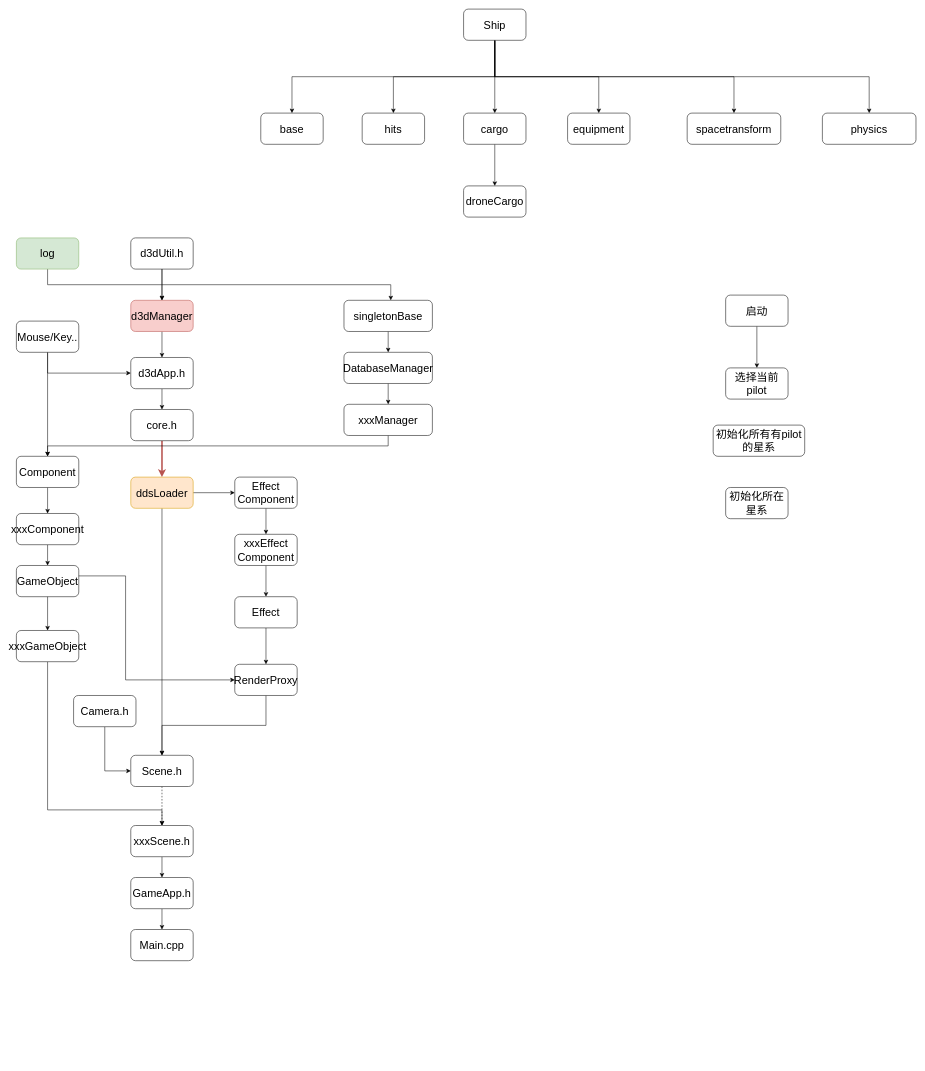
Above: 依赖图咪.drawio in morphotherain/GrassRootAI (draw.io), before the change. Source tidied: cells renumbered, new cells numbered last; positions are measured from the earlier drawing's top-left corner, leaving out a move shared by most shapes. Both pictures are drawn from the tidied source at 52%, with x=0, y=0 at pixel (16, 9).
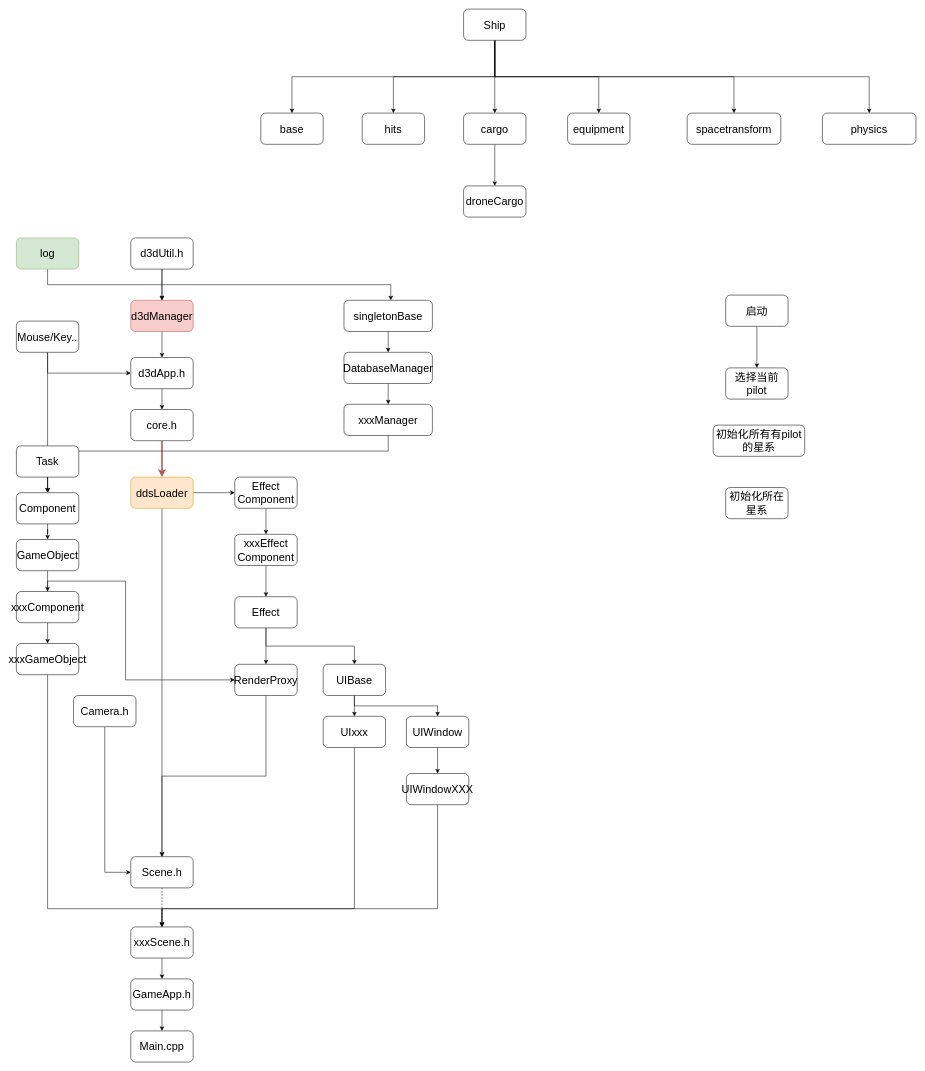
The same page after the edit.

The change refers to these unchanged cells:
```xml
<mxCell id="40" value="&lt;span style=&quot;font-size: 21px&quot;&gt;xxxManager&lt;/span&gt;" style="rounded=1;whiteSpace=wrap;html=1;" parent="1" vertex="1">
  <mxGeometry x="630" y="760" width="170" height="60" as="geometry" />
</mxCell>
<mxCell id="42" value="&lt;font style=&quot;font-size: 21px&quot;&gt;Effect&lt;br&gt;&lt;/font&gt;" style="rounded=1;whiteSpace=wrap;html=1;" parent="1" vertex="1">
  <mxGeometry x="420" y="1130" width="120" height="60" as="geometry" />
</mxCell>
<mxCell id="44" value="&lt;font style=&quot;font-size: 21px&quot;&gt;RenderProxy&lt;br&gt;&lt;/font&gt;" style="rounded=1;whiteSpace=wrap;html=1;" parent="1" vertex="1">
  <mxGeometry x="420" y="1260" width="120" height="60" as="geometry" />
</mxCell>
```

The edit, as a diff of the source:
```diff
@@
     <mxCell id="2" value="&lt;font style=&quot;font-size: 21px&quot;&gt;Main.cpp&lt;/font&gt;" style="rounded=1;whiteSpace=wrap;html=1;" parent="1" vertex="1">
-      <mxGeometry x="220" y="1770" width="120" height="60" as="geometry" />
+      <mxGeometry x="220" y="1965" width="120" height="60" as="geometry" />
     </mxCell>
@@
     <mxCell id="4" value="&lt;font style=&quot;font-size: 21px&quot;&gt;GameApp.h&lt;br&gt;&lt;/font&gt;" style="rounded=1;whiteSpace=wrap;html=1;" parent="1" vertex="1">
-      <mxGeometry x="220" y="1670" width="120" height="60" as="geometry" />
+      <mxGeometry x="220" y="1865" width="120" height="60" as="geometry" />
     </mxCell>
@@
     <mxCell id="10" value="&lt;font style=&quot;font-size: 21px&quot;&gt;Scene.h&lt;br&gt;&lt;/font&gt;" style="rounded=1;whiteSpace=wrap;html=1;" parent="1" vertex="1">
-      <mxGeometry x="220" y="1435" width="120" height="60" as="geometry" />
+      <mxGeometry x="220" y="1630" width="120" height="60" as="geometry" />
     </mxCell>
@@
     <mxCell id="14" value="&lt;font style=&quot;font-size: 21px&quot;&gt;xxxScene.h&lt;br&gt;&lt;/font&gt;" style="rounded=1;whiteSpace=wrap;html=1;" parent="1" vertex="1">
-      <mxGeometry x="220" y="1570" width="120" height="60" as="geometry" />
+      <mxGeometry x="220" y="1765" width="120" height="60" as="geometry" />
     </mxCell>
@@
     <mxCell id="27" value="&lt;font style=&quot;font-size: 21px&quot;&gt;Component&lt;br&gt;&lt;/font&gt;" style="rounded=1;whiteSpace=wrap;html=1;" parent="1" vertex="1">
-      <mxGeometry y="860" width="120" height="60" as="geometry" />
+      <mxGeometry y="930" width="120" height="60" as="geometry" />
     </mxCell>
@@
-    <mxCell id="29" value="&lt;font style=&quot;font-size: 21px&quot;&gt;xxxComponent&lt;br&gt;&lt;/font&gt;" style="rounded=1;whiteSpace=wrap;html=1;" parent="1" vertex="1">
-      <mxGeometry y="970" width="120" height="60" as="geometry" />
+    <mxCell id="29" value="&lt;font style=&quot;font-size: 21px&quot;&gt;GameObject&lt;br&gt;&lt;/font&gt;" style="rounded=1;whiteSpace=wrap;html=1;" parent="1" vertex="1">
+      <mxGeometry y="1020" width="120" height="60" as="geometry" />
     </mxCell>
@@
     <mxCell id="31" style="edgeStyle=orthogonalEdgeStyle;rounded=0;jettySize=auto;html=1;exitX=0.5;exitY=1;exitDx=0;exitDy=0;entryX=0;entryY=0.5;entryDx=0;entryDy=0;strokeWidth=1;" parent="1" edge="1" source="32" target="44">
       <mxGeometry relative="1" as="geometry">
         <Array as="points">
-          <mxPoint x="60" y="1090" />
-          <mxPoint x="210" y="1090" />
+          <mxPoint x="60" y="1100" />
+          <mxPoint x="210" y="1100" />
           <mxPoint x="210" y="1290" />
         </Array>
       </mxGeometry>
     </mxCell>
-    <mxCell id="32" value="&lt;font style=&quot;font-size: 21px&quot;&gt;GameObject&lt;br&gt;&lt;/font&gt;" style="rounded=1;whiteSpace=wrap;html=1;" parent="1" vertex="1">
-      <mxGeometry y="1070" width="120" height="60" as="geometry" />
+    <mxCell id="32" value="&lt;font style=&quot;font-size: 21px&quot;&gt;xxxComponent&lt;br&gt;&lt;/font&gt;" style="rounded=1;whiteSpace=wrap;html=1;" parent="1" vertex="1">
+      <mxGeometry y="1120" width="120" height="60" as="geometry" />
     </mxCell>
     <mxCell id="33" style="edgeStyle=orthogonalEdgeStyle;rounded=0;jettySize=auto;html=1;exitX=0.5;exitY=1;exitDx=0;exitDy=0;strokeWidth=1;entryX=0.5;entryY=0;entryDx=0;entryDy=0;" parent="1" edge="1" source="34" target="14">
       <mxGeometry relative="1" as="geometry">
         <Array as="points">
-          <mxPoint x="60" y="1540" />
-          <mxPoint x="280" y="1540" />
+          <mxPoint x="60" y="1730" />
+          <mxPoint x="280" y="1730" />
         </Array>
       </mxGeometry>
     </mxCell>
     <mxCell id="34" value="&lt;font style=&quot;font-size: 21px&quot;&gt;xxxGameObject&lt;br&gt;&lt;/font&gt;" style="rounded=1;whiteSpace=wrap;html=1;" parent="1" vertex="1">
-      <mxGeometry y="1195" width="120" height="60" as="geometry" />
+      <mxGeometry y="1220" width="120" height="60" as="geometry" />
     </mxCell>
@@
     <mxCell id="39" style="edgeStyle=orthogonalEdgeStyle;rounded=0;jettySize=auto;html=1;exitX=0.5;exitY=1;exitDx=0;exitDy=0;entryX=0.5;entryY=0;entryDx=0;entryDy=0;" parent="1" edge="1" source="40" target="27">
-      <mxGeometry relative="1" as="geometry" />
+      <mxGeometry relative="1" as="geometry">
+        <Array as="points">
+          <mxPoint x="715" y="850" />
+          <mxPoint x="60" y="850" />
+        </Array>
+      </mxGeometry>
     </mxCell>
@@
+    <mxCell id="71" style="edgeStyle=orthogonalEdgeStyle;rounded=0;jettySize=auto;html=1;exitX=0.5;exitY=1;exitDx=0;exitDy=0;entryX=0.5;entryY=0;entryDx=0;entryDy=0;" parent="1" edge="1" source="42" target="76">
+      <mxGeometry relative="1" as="geometry" />
+    </mxCell>
@@
+    <mxCell id="72" style="edgeStyle=orthogonalEdgeStyle;rounded=0;jettySize=auto;html=1;exitX=0.5;exitY=1;exitDx=0;exitDy=0;entryX=0.5;entryY=0;entryDx=0;entryDy=0;" parent="1" edge="1" source="73" target="27">
+      <mxGeometry relative="1" as="geometry" />
+    </mxCell>
+    <mxCell id="73" value="&lt;font style=&quot;font-size: 21px&quot;&gt;Task&lt;br&gt;&lt;/font&gt;" style="rounded=1;whiteSpace=wrap;html=1;" parent="1" vertex="1">
+      <mxGeometry y="840" width="120" height="60" as="geometry" />
+    </mxCell>
+    <mxCell id="74" style="edgeStyle=orthogonalEdgeStyle;rounded=0;jettySize=auto;html=1;" parent="1" edge="1" source="76" target="78">
+      <mxGeometry relative="1" as="geometry" />
+    </mxCell>
+    <mxCell id="75" style="edgeStyle=orthogonalEdgeStyle;rounded=0;jettySize=auto;html=1;exitX=0.5;exitY=1;exitDx=0;exitDy=0;entryX=0.5;entryY=0;entryDx=0;entryDy=0;" parent="1" edge="1" source="76" target="80">
+      <mxGeometry relative="1" as="geometry" />
+    </mxCell>
+    <mxCell id="76" value="&lt;font style=&quot;font-size: 21px&quot;&gt;UIBase&lt;br&gt;&lt;/font&gt;" style="rounded=1;whiteSpace=wrap;html=1;" parent="1" vertex="1">
+      <mxGeometry x="590" y="1260" width="120" height="60" as="geometry" />
+    </mxCell>
+    <mxCell id="77" style="edgeStyle=orthogonalEdgeStyle;rounded=0;jettySize=auto;html=1;exitX=0.5;exitY=1;exitDx=0;exitDy=0;entryX=0.5;entryY=0;entryDx=0;entryDy=0;" parent="1" edge="1" source="78" target="14">
+      <mxGeometry relative="1" as="geometry">
+        <Array as="points">
+          <mxPoint x="650" y="1730" />
+          <mxPoint x="280" y="1730" />
+        </Array>
+      </mxGeometry>
+    </mxCell>
+    <mxCell id="78" value="&lt;font style=&quot;font-size: 21px&quot;&gt;UIxxx&lt;br&gt;&lt;/font&gt;" style="rounded=1;whiteSpace=wrap;html=1;" parent="1" vertex="1">
+      <mxGeometry x="590" y="1360" width="120" height="60" as="geometry" />
+    </mxCell>
+    <mxCell id="79" style="edgeStyle=orthogonalEdgeStyle;rounded=0;jettySize=auto;html=1;" parent="1" edge="1" source="80" target="82">
+      <mxGeometry relative="1" as="geometry" />
+    </mxCell>
+    <mxCell id="80" value="&lt;font style=&quot;font-size: 21px&quot;&gt;UIWindow&lt;br&gt;&lt;/font&gt;" style="rounded=1;whiteSpace=wrap;html=1;" parent="1" vertex="1">
+      <mxGeometry x="750" y="1360" width="120" height="60" as="geometry" />
+    </mxCell>
+    <mxCell id="81" style="edgeStyle=orthogonalEdgeStyle;rounded=0;jettySize=auto;html=1;exitX=0.5;exitY=1;exitDx=0;exitDy=0;entryX=0.5;entryY=0;entryDx=0;entryDy=0;" parent="1" edge="1" source="82" target="14">
+      <mxGeometry relative="1" as="geometry">
+        <Array as="points">
+          <mxPoint x="810" y="1730" />
+          <mxPoint x="280" y="1730" />
+        </Array>
+      </mxGeometry>
+    </mxCell>
+    <mxCell id="82" value="&lt;font style=&quot;font-size: 21px&quot;&gt;UIWindowXXX&lt;br&gt;&lt;/font&gt;" style="rounded=1;whiteSpace=wrap;html=1;" parent="1" vertex="1">
+      <mxGeometry x="750" y="1470" width="120" height="60" as="geometry" />
+    </mxCell>
```
